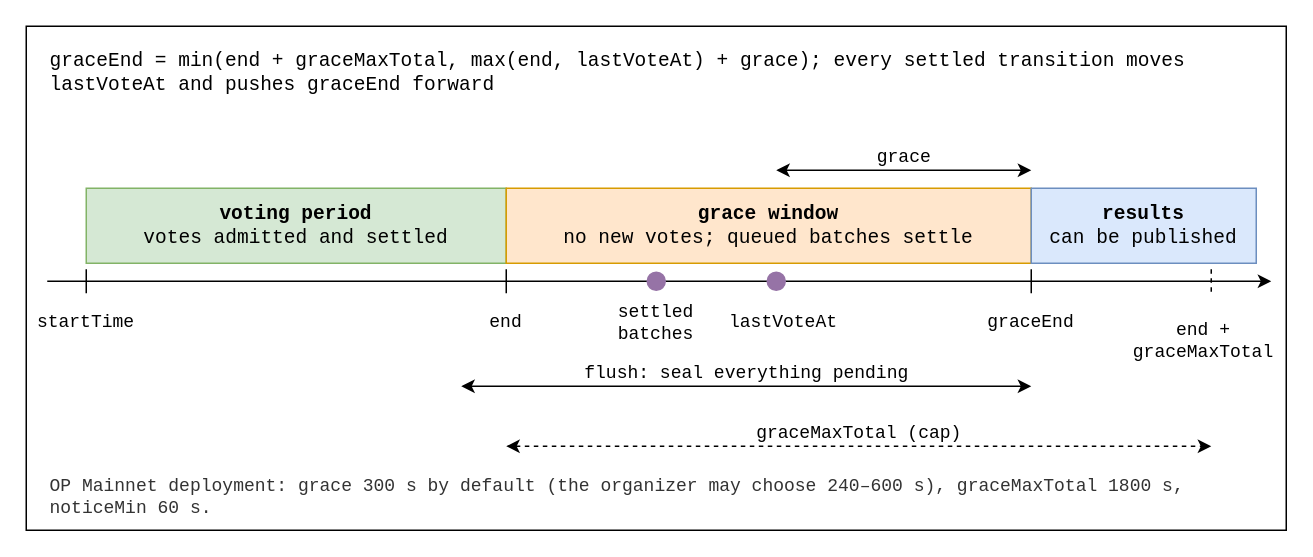
Earlier version of the draw.io diagram v2/figures/grace-window.drawio (vocdoni/davinci-paper). Source tidied: cells renumbered, new cells numbered last; positions are measured from the earlier drawing's top-left corner, leaving out a move shared by most shapes. Both pictures are drawn from the tidied source at 150%, with x=0, y=0 at pixel (26, 26).
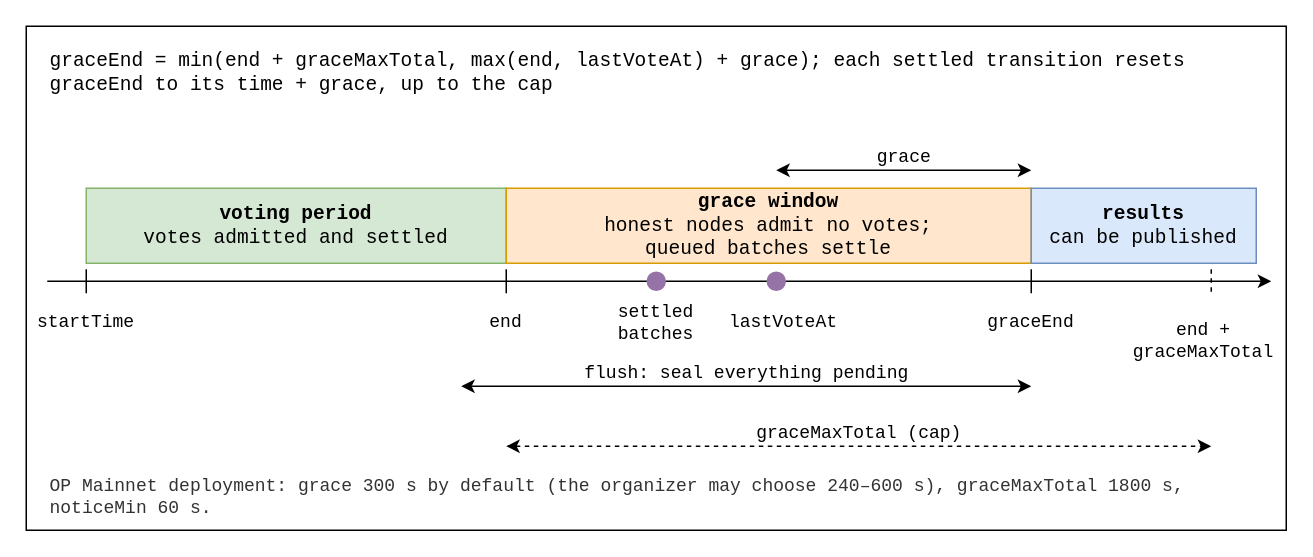
After the change.

The edit, as a diff of the source:
```diff
@@
-    <mxCell id="3" value="graceEnd = min(end + graceMaxTotal, max(end, lastVoteAt) + grace); every settled transition moves lastVoteAt and pushes graceEnd forward" style="text;html=1;whiteSpace=wrap;fontSize=13;fontFamily=Courier New;align=left;verticalAlign=middle;fontColor=#000000;" parent="1" vertex="1">
+    <mxCell id="3" value="graceEnd = min(end + graceMaxTotal, max(end, lastVoteAt) + grace); each settled transition resets graceEnd to its time + grace, up to the cap" style="text;html=1;whiteSpace=wrap;fontSize=13;fontFamily=Courier New;align=left;verticalAlign=middle;fontColor=#000000;" parent="1" vertex="1">
       <mxGeometry x="14" y="8" width="812" height="46" as="geometry" />
     </mxCell>
@@
-    <mxCell id="5" value="&lt;b&gt;grace window&lt;/b&gt;&lt;br&gt;no new votes; queued batches settle" style="rounded=0;whiteSpace=wrap;html=1;fontSize=13;fillColor=#ffe6cc;strokeColor=#d79b00;fontFamily=Courier New;align=center;verticalAlign=middle;" parent="1" vertex="1">
+    <mxCell id="5" value="&lt;b&gt;grace window&lt;/b&gt;&lt;br&gt;honest nodes admit no votes;&lt;br&gt;queued batches settle" style="rounded=0;whiteSpace=wrap;html=1;fontSize=13;fillColor=#ffe6cc;strokeColor=#d79b00;fontFamily=Courier New;align=center;verticalAlign=middle;" parent="1" vertex="1">
       <mxGeometry x="320" y="108" width="350" height="50" as="geometry" />
     </mxCell>
```
